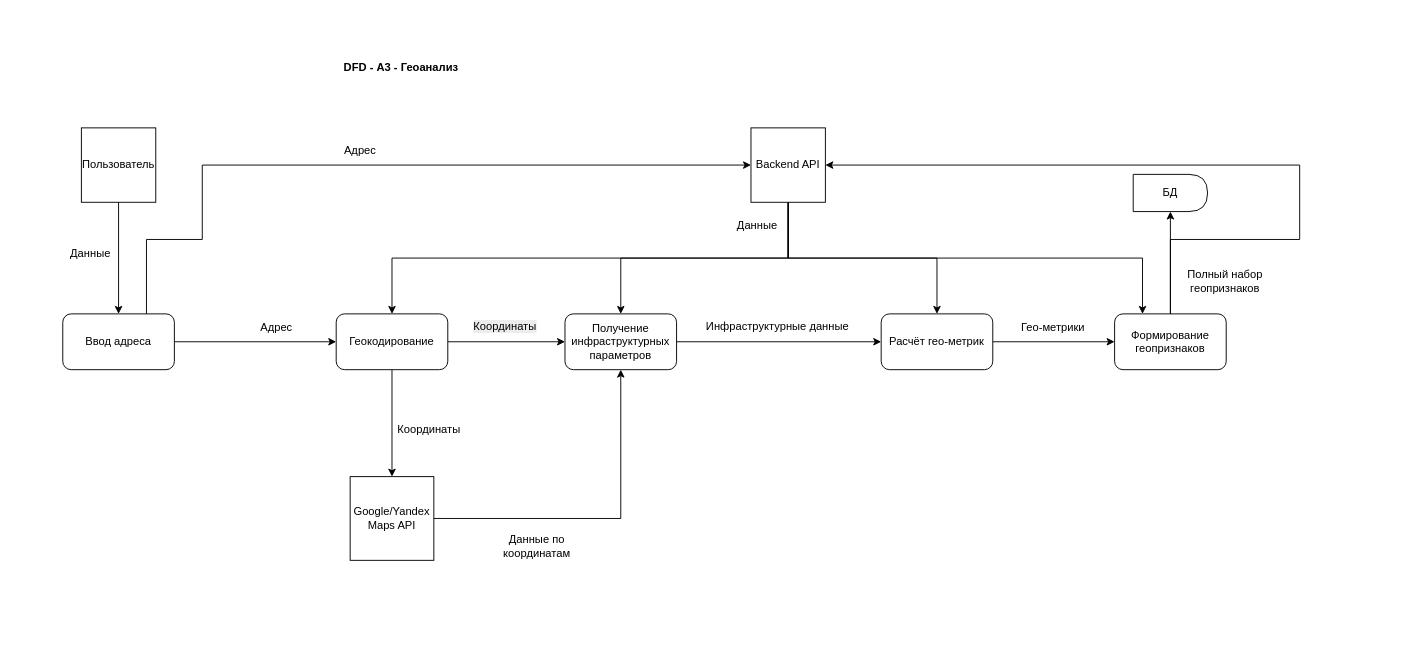
Before: src/diagrams/DFD/DFD_F3.drawio in HeadMaxResh/system-engineering-playbook, a draw.io diagram. Source tidied: cells renumbered, new cells numbered last; positions are measured from the earlier drawing's top-left corner, leaving out a move shared by most shapes. Both pictures are drawn from the tidied source at 93%, with x=0, y=0 at pixel (62, 53).
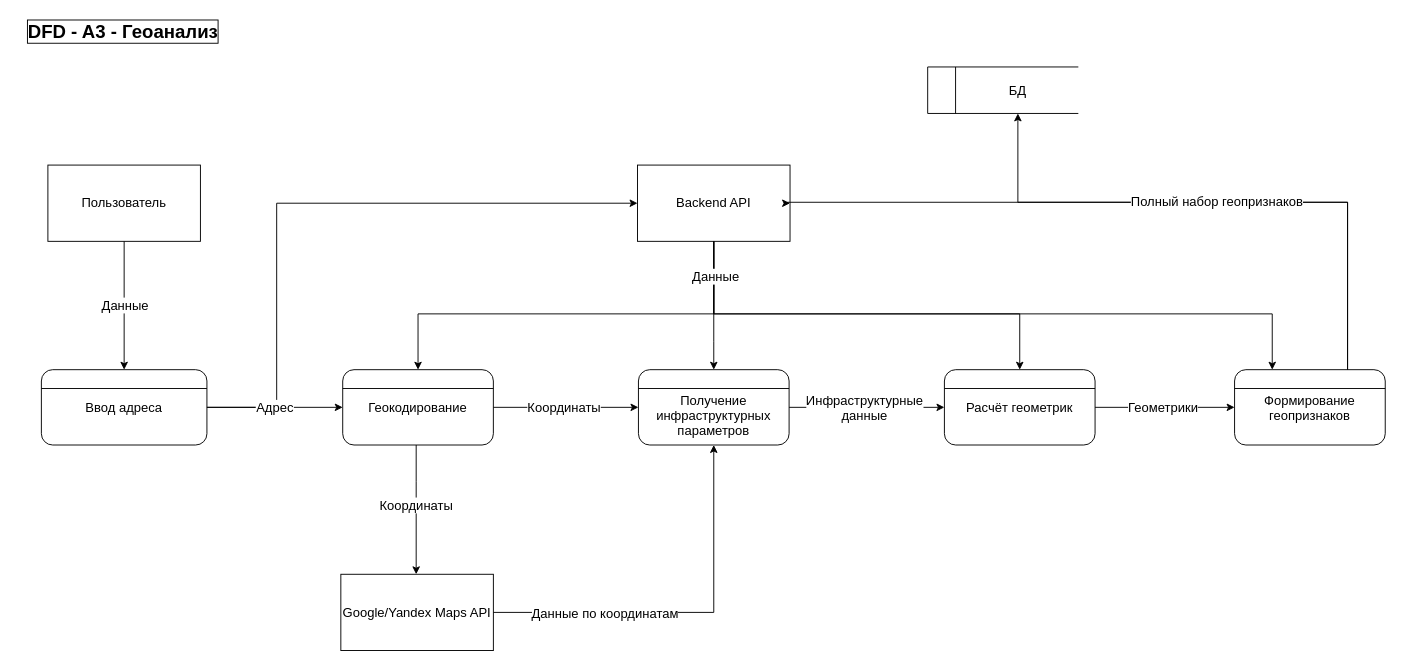
After the change.

The edit, as a diff of the source:
```diff
@@
+    <mxCell id="5" style="edgeStyle=orthogonalEdgeStyle;rounded=0;jettySize=auto;html=1;entryX=0;entryY=0.5;entryDx=0;entryDy=0;" parent="1" edge="1" source="6" target="19">
+      <mxGeometry relative="1" as="geometry">
+        <Array as="points">
+          <mxPoint x="230" y="381" />
+          <mxPoint x="230" y="161" />
+        </Array>
+      </mxGeometry>
+    </mxCell>
+    <mxCell id="4" style="edgeStyle=orthogonalEdgeStyle;rounded=0;jettySize=auto;html=1;exitX=1;exitY=0.5;exitDx=0;exitDy=0;entryX=0;entryY=0.5;entryDx=0;entryDy=0;fontSize=14;" parent="1" edge="1" source="6" target="11">
+      <mxGeometry relative="1" as="geometry" />
+    </mxCell>
+    <mxCell id="36" value="Адрес" style="edgeLabel;html=1;align=center;verticalAlign=middle;fontSize=14;" parent="4" vertex="1">
+      <mxGeometry x="-0.22" relative="1" as="geometry">
+        <mxPoint x="15" as="offset" />
+      </mxGeometry>
+    </mxCell>
+    <mxCell id="6" value="&lt;font style=&quot;font-size: 14px;&quot;&gt;Ввод адреса&lt;/font&gt;" style="rounded=1;whiteSpace=wrap;html=1;fillColor=none;fontSize=14;" parent="1" vertex="1">
+      <mxGeometry x="-23" y="340" width="178" height="81" as="geometry" />
+    </mxCell>
+    <mxCell id="9" style="edgeStyle=orthogonalEdgeStyle;rounded=0;jettySize=auto;html=1;" parent="1" edge="1" source="11" target="14">
+      <mxGeometry relative="1" as="geometry">
+        <Array as="points">
+          <mxPoint x="380" y="460" />
+          <mxPoint x="380" y="460" />
+        </Array>
+      </mxGeometry>
+    </mxCell>
+    <mxCell id="37" value="&lt;font style=&quot;font-size: 14px;&quot;&gt;Координаты&lt;/font&gt;" style="edgeLabel;html=1;align=center;verticalAlign=middle;" parent="9" vertex="1">
+      <mxGeometry x="-0.08" y="-1" relative="1" as="geometry" />
+    </mxCell>
+    <mxCell id="10" style="edgeStyle=orthogonalEdgeStyle;rounded=0;jettySize=auto;html=1;" parent="1" edge="1" source="11" target="22">
+      <mxGeometry relative="1" as="geometry" />
+    </mxCell>
+    <mxCell id="38" value="&lt;font style=&quot;font-size: 14px;&quot;&gt;Координаты&lt;/font&gt;" style="edgeLabel;html=1;align=center;verticalAlign=middle;" parent="10" vertex="1">
+      <mxGeometry x="-0.06" y="-1" relative="1" as="geometry">
+        <mxPoint x="2" y="-1" as="offset" />
+      </mxGeometry>
+    </mxCell>
+    <mxCell id="11" value="Геокодирование" style="rounded=1;whiteSpace=wrap;html=1;fillColor=none;fontSize=14;" parent="1" vertex="1">
+      <mxGeometry x="301" y="340" width="162" height="81" as="geometry" />
+    </mxCell>
+    <mxCell id="39" style="edgeStyle=orthogonalEdgeStyle;rounded=0;jettySize=auto;html=1;" parent="1" edge="1" source="41" target="31">
+      <mxGeometry relative="1" as="geometry" />
+    </mxCell>
+    <mxCell id="40" value="&lt;font style=&quot;font-size: 14px;&quot;&gt;Геометрики&lt;/font&gt;" style="edgeLabel;html=1;align=center;verticalAlign=middle;" parent="39" vertex="1">
+      <mxGeometry x="-0.15" y="-2" relative="1" as="geometry">
+        <mxPoint x="8" y="-2" as="offset" />
+      </mxGeometry>
+    </mxCell>
+    <mxCell id="41" value="Расчёт геометрик" style="rounded=1;whiteSpace=wrap;html=1;fillColor=none;fontSize=14;" parent="1" vertex="1">
+      <mxGeometry x="948" y="340" width="162" height="81" as="geometry" />
+    </mxCell>
-    <mxCell id="2" value="&lt;b&gt;DFD -&amp;nbsp;A3 - Геоанализ&lt;/b&gt;" style="text;html=1;whiteSpace=wrap;strokeColor=none;fillColor=none;align=center;verticalAlign=middle;rounded=0;" parent="1" vertex="1">
-      <mxGeometry x="294" width="140" height="30" as="geometry" />
+    <mxCell id="2" value="DFD - A3 - Геоанализ" style="text;html=1;strokeColor=none;fillColor=none;align=center;verticalAlign=middle;whiteSpace=wrap;rounded=0;fontSize=20;fontStyle=1;labelBackgroundColor=none;labelBorderColor=default;spacingTop=1;" parent="1" vertex="1">
+      <mxGeometry x="-50" y="-40" width="230" height="30" as="geometry" />
     </mxCell>
+    <mxCell id="42" style="endArrow=none;html=1;rounded=0;fontSize=14;" parent="1" edge="1">
+      <mxGeometry relative="1" as="geometry">
+        <mxPoint x="930" y="64.5" as="sourcePoint" />
+        <mxPoint x="930" y="14.5" as="targetPoint" />
+      </mxGeometry>
+    </mxCell>
+    <mxCell id="43" style="endArrow=none;html=1;rounded=0;entryX=1;entryY=1;entryDx=0;entryDy=0;fontSize=14;" parent="1" edge="1" target="34">
+      <mxGeometry relative="1" as="geometry">
+        <mxPoint x="930" y="64.5" as="sourcePoint" />
+      </mxGeometry>
+    </mxCell>
+    <mxCell id="44" style="endArrow=none;html=1;rounded=0;fontSize=14;" parent="1" edge="1">
+      <mxGeometry relative="1" as="geometry">
+        <mxPoint x="930" y="14.5" as="sourcePoint" />
+        <mxPoint x="1092" y="14.5" as="targetPoint" />
+      </mxGeometry>
+    </mxCell>
+    <mxCell id="34" value="БД" style="text;html=1;strokeColor=none;fillColor=none;align=center;verticalAlign=middle;whiteSpace=wrap;rounded=0;fontSize=14;" parent="1" vertex="1">
+      <mxGeometry x="962" y="14.5" width="130" height="50" as="geometry" />
+    </mxCell>
+    <mxCell id="45" style="endArrow=none;html=1;rounded=0;exitX=0;exitY=0.25;exitDx=0;exitDy=0;entryX=1;entryY=0.25;entryDx=0;entryDy=0;fontSize=14;" parent="1" edge="1" source="6" target="6">
+      <mxGeometry relative="1" as="geometry" />
+    </mxCell>
+    <mxCell id="46" style="endArrow=none;html=1;rounded=0;exitX=0;exitY=0.25;exitDx=0;exitDy=0;entryX=1;entryY=0.25;entryDx=0;entryDy=0;fontSize=14;" parent="1" edge="1" source="11" target="11">
+      <mxGeometry relative="1" as="geometry" />
+    </mxCell>
+    <mxCell id="47" style="endArrow=none;html=1;rounded=0;exitX=0;exitY=0.25;exitDx=0;exitDy=0;entryX=1;entryY=0.25;entryDx=0;entryDy=0;fontSize=14;" parent="1" edge="1" source="41" target="41">
+      <mxGeometry relative="1" as="geometry" />
+    </mxCell>
+    <mxCell id="7" style="edgeStyle=orthogonalEdgeStyle;rounded=0;jettySize=auto;html=1;entryX=0.5;entryY=0;entryDx=0;entryDy=0;exitX=0.5;exitY=1;exitDx=0;exitDy=0;fontSize=14;" parent="1" edge="1" source="3" target="6">
+      <mxGeometry relative="1" as="geometry">
+        <Array as="points">
+          <mxPoint x="66" y="279" />
+          <mxPoint x="66" y="279" />
+        </Array>
+      </mxGeometry>
+    </mxCell>
-    <mxCell id="3" value="Пользователь" style="whiteSpace=wrap;html=1;" parent="1" vertex="1">
-      <mxGeometry x="20" y="80" width="80" height="80" as="geometry" />
+    <mxCell id="3" value="Пользователь" style="rounded=0;whiteSpace=wrap;html=1;labelBackgroundColor=none;fillColor=none;fontSize=14;" parent="1" vertex="1">
+      <mxGeometry x="-16" y="120" width="164" height="82" as="geometry" />
     </mxCell>
-    <mxCell id="4" style="edgeStyle=orthogonalEdgeStyle;rounded=0;jettySize=auto;html=1;exitX=1;exitY=0.5;exitDx=0;exitDy=0;entryX=0;entryY=0.5;entryDx=0;entryDy=0;" parent="1" edge="1" source="6" target="11">
-      <mxGeometry relative="1" as="geometry" />
-    </mxCell>
-    <mxCell id="5" style="edgeStyle=orthogonalEdgeStyle;rounded=0;jettySize=auto;html=1;exitX=0.75;exitY=0;exitDx=0;exitDy=0;entryX=0;entryY=0.5;entryDx=0;entryDy=0;" parent="1" edge="1" source="6" target="19">
-      <mxGeometry relative="1" as="geometry">
-        <Array as="points">
-          <mxPoint x="90" y="200" />
-          <mxPoint x="150" y="200" />
-          <mxPoint x="150" y="120" />
-        </Array>
-      </mxGeometry>
-    </mxCell>
-    <mxCell id="6" value="Ввод адреса" style="rounded=1;whiteSpace=wrap;html=1;" parent="1" vertex="1">
-      <mxGeometry y="280" width="120" height="60" as="geometry" />
-    </mxCell>
-    <mxCell id="7" style="endArrow=classic;html=1;rounded=0;exitX=0.5;exitY=1;exitDx=0;exitDy=0;entryX=0.5;entryY=0;entryDx=0;entryDy=0;" parent="1" edge="1" source="3" target="6">
-      <mxGeometry relative="1" as="geometry" />
-    </mxCell>
-    <mxCell id="8" value="Данные" style="text;html=1;whiteSpace=wrap;strokeColor=none;fillColor=none;align=center;verticalAlign=middle;rounded=0;" parent="1" vertex="1">
-      <mxGeometry y="200" width="60" height="30" as="geometry" />
-    </mxCell>
-    <mxCell id="9" style="edgeStyle=orthogonalEdgeStyle;rounded=0;jettySize=auto;html=1;exitX=0.5;exitY=1;exitDx=0;exitDy=0;entryX=0.5;entryY=0;entryDx=0;entryDy=0;" parent="1" edge="1" source="11" target="14">
-      <mxGeometry relative="1" as="geometry" />
-    </mxCell>
-    <mxCell id="10" style="edgeStyle=orthogonalEdgeStyle;rounded=0;jettySize=auto;html=1;exitX=1;exitY=0.5;exitDx=0;exitDy=0;entryX=0;entryY=0.5;entryDx=0;entryDy=0;" parent="1" edge="1" source="11" target="22">
-      <mxGeometry relative="1" as="geometry" />
-    </mxCell>
-    <mxCell id="11" value="Геокодирование" style="rounded=1;whiteSpace=wrap;html=1;" parent="1" vertex="1">
-      <mxGeometry x="294" y="280" width="120" height="60" as="geometry" />
-    </mxCell>
-    <mxCell id="12" value="Адрес" style="text;html=1;whiteSpace=wrap;strokeColor=none;fillColor=none;align=center;verticalAlign=middle;rounded=0;" parent="1" vertex="1">
-      <mxGeometry x="200" y="280" width="60" height="30" as="geometry" />
-    </mxCell>
-    <mxCell id="13" style="edgeStyle=orthogonalEdgeStyle;rounded=0;jettySize=auto;html=1;exitX=1;exitY=0.5;exitDx=0;exitDy=0;entryX=0.5;entryY=1;entryDx=0;entryDy=0;" parent="1" edge="1" source="14" target="22">
-      <mxGeometry relative="1" as="geometry" />
-    </mxCell>
-    <mxCell id="14" value="Google/Yandex Maps API" style="whiteSpace=wrap;html=1;" parent="1" vertex="1">
-      <mxGeometry x="309" y="455" width="90" height="90" as="geometry" />
-    </mxCell>
+    <mxCell id="48" value="Данные" style="edgeLabel;html=1;align=center;verticalAlign=middle;fontSize=14;" parent="1" vertex="1">
+      <mxGeometry x="66" y="270" as="geometry" />
+    </mxCell>
+    <mxCell id="49" style="endArrow=none;html=1;rounded=0;fontSize=14;" parent="1" edge="1">
+      <mxGeometry relative="1" as="geometry">
+        <mxPoint x="960" y="64.5" as="sourcePoint" />
+        <mxPoint x="960" y="14.5" as="targetPoint" />
+      </mxGeometry>
+    </mxCell>
-    <mxCell id="15" style="edgeStyle=orthogonalEdgeStyle;rounded=0;jettySize=auto;html=1;exitX=0.5;exitY=1;exitDx=0;exitDy=0;entryX=0.5;entryY=0;entryDx=0;entryDy=0;" parent="1" edge="1" source="19" target="11">
-      <mxGeometry relative="1" as="geometry" />
+    <mxCell id="15" style="edgeStyle=orthogonalEdgeStyle;rounded=0;jettySize=auto;html=1;entryX=0.5;entryY=0;entryDx=0;entryDy=0;" parent="1" edge="1" source="19" target="11">
+      <mxGeometry relative="1" as="geometry">
+        <Array as="points">
+          <mxPoint x="700" y="280" />
+          <mxPoint x="382" y="280" />
+        </Array>
+      </mxGeometry>
     </mxCell>
-    <mxCell id="16" style="edgeStyle=orthogonalEdgeStyle;rounded=0;jettySize=auto;html=1;entryX=0.5;entryY=0;entryDx=0;entryDy=0;" parent="1" edge="1" source="19" target="22">
+    <mxCell id="16" style="edgeStyle=orthogonalEdgeStyle;rounded=0;jettySize=auto;html=1;" parent="1" edge="1" source="19" target="22">
       <mxGeometry relative="1" as="geometry">
         <Array as="points">
-          <mxPoint x="780" y="220" />
-          <mxPoint x="600" y="220" />
+          <mxPoint x="700" y="310" />
+          <mxPoint x="700" y="310" />
         </Array>
       </mxGeometry>
     </mxCell>
-    <mxCell id="17" style="edgeStyle=orthogonalEdgeStyle;rounded=0;jettySize=auto;html=1;entryX=0.5;entryY=0;entryDx=0;entryDy=0;" parent="1" edge="1" source="19" target="27">
-      <mxGeometry relative="1" as="geometry">
-        <Array as="points">
-          <mxPoint x="780" y="220" />
-          <mxPoint x="940" y="220" />
-        </Array>
-      </mxGeometry>
-    </mxCell>
+    <mxCell id="50" style="edgeStyle=orthogonalEdgeStyle;rounded=0;jettySize=auto;html=1;" parent="1" edge="1" source="19" target="41">
+      <mxGeometry relative="1" as="geometry">
+        <Array as="points">
+          <mxPoint x="700" y="280" />
+          <mxPoint x="1029" y="280" />
+        </Array>
+      </mxGeometry>
+    </mxCell>
     <mxCell id="18" style="edgeStyle=orthogonalEdgeStyle;rounded=0;jettySize=auto;html=1;entryX=0.25;entryY=0;entryDx=0;entryDy=0;" parent="1" edge="1" source="19" target="31">
       <mxGeometry relative="1" as="geometry">
         <Array as="points">
-          <mxPoint x="780" y="220" />
-          <mxPoint x="1161" y="220" />
+          <mxPoint x="700" y="280" />
+          <mxPoint x="1301" y="280" />
         </Array>
       </mxGeometry>
     </mxCell>
+    <mxCell id="51" value="&lt;font style=&quot;font-size: 14px;&quot;&gt;Данные&lt;/font&gt;" style="edgeLabel;html=1;align=center;verticalAlign=middle;" parent="18" vertex="1">
+      <mxGeometry x="-0.9" y="1" relative="1" as="geometry" />
+    </mxCell>
-    <mxCell id="19" value="Backend API" style="whiteSpace=wrap;html=1;" parent="1" vertex="1">
-      <mxGeometry x="740" y="80" width="80" height="80" as="geometry" />
+    <mxCell id="19" value="Backend API" style="rounded=0;whiteSpace=wrap;html=1;labelBackgroundColor=none;fillColor=none;fontSize=14;" parent="1" vertex="1">
+      <mxGeometry x="618" y="120" width="164" height="82" as="geometry" />
     </mxCell>
-    <mxCell id="20" value="Координаты" style="text;html=1;whiteSpace=wrap;strokeColor=none;fillColor=none;align=center;verticalAlign=middle;rounded=0;" parent="1" vertex="1">
-      <mxGeometry x="364" y="390" width="60" height="30" as="geometry" />
-    </mxCell>
-    <mxCell id="21" style="edgeStyle=orthogonalEdgeStyle;rounded=0;jettySize=auto;html=1;exitX=1;exitY=0.5;exitDx=0;exitDy=0;" parent="1" edge="1" source="22" target="27">
-      <mxGeometry relative="1" as="geometry" />
-    </mxCell>
+    <mxCell id="52" style="edgeStyle=orthogonalEdgeStyle;rounded=0;jettySize=auto;html=1;" parent="1" edge="1" source="22" target="41">
+      <mxGeometry relative="1" as="geometry" />
+    </mxCell>
+    <mxCell id="28" value="&lt;font style=&quot;font-size: 14px;&quot;&gt;Инфраструктурные&lt;/font&gt;&lt;div&gt;&lt;font style=&quot;font-size: 14px;&quot;&gt;данные&lt;/font&gt;&lt;/div&gt;" style="edgeLabel;html=1;align=center;verticalAlign=middle;" parent="52" vertex="1">
+      <mxGeometry x="-0.01" relative="1" as="geometry">
+        <mxPoint x="-3" as="offset" />
+      </mxGeometry>
+    </mxCell>
-    <mxCell id="22" value="Получение инфраструктурных параметров" style="rounded=1;whiteSpace=wrap;html=1;" parent="1" vertex="1">
-      <mxGeometry x="540" y="280" width="120" height="60" as="geometry" />
+    <mxCell id="22" value="&lt;div&gt;&lt;br&gt;&lt;/div&gt;Получение инфраструктурных параметров" style="rounded=1;whiteSpace=wrap;html=1;fillColor=none;fontSize=14;" parent="1" vertex="1">
+      <mxGeometry x="619" y="340" width="162" height="81" as="geometry" />
     </mxCell>
-    <mxCell id="23" value="Адрес" style="text;html=1;whiteSpace=wrap;strokeColor=none;fillColor=none;align=center;verticalAlign=middle;rounded=0;" parent="1" vertex="1">
-      <mxGeometry x="290" y="90" width="60" height="30" as="geometry" />
-    </mxCell>
-    <mxCell id="24" value="&lt;span style=&quot;color: rgb(0, 0, 0); font-family: Helvetica; font-size: 12px; font-style: normal; font-variant-ligatures: normal; font-variant-caps: normal; font-weight: 400; letter-spacing: normal; orphans: 2; text-align: center; text-indent: 0px; text-transform: none; widows: 2; word-spacing: 0px; -webkit-text-stroke-width: 0px; white-space: normal; background-color: rgb(236, 236, 236); text-decoration-thickness: initial; text-decoration-style: initial; text-decoration-color: initial; display: inline !important; float: none;&quot;&gt;Координаты&lt;/span&gt;" style="text;whiteSpace=wrap;html=1;" parent="1" vertex="1">
-      <mxGeometry x="440" y="280" width="100" height="40" as="geometry" />
-    </mxCell>
+    <mxCell id="53" style="endArrow=none;html=1;rounded=0;exitX=0;exitY=0.25;exitDx=0;exitDy=0;entryX=1;entryY=0.25;entryDx=0;entryDy=0;fontSize=14;" parent="1" edge="1" source="22" target="22">
+      <mxGeometry relative="1" as="geometry" />
+    </mxCell>
+    <mxCell id="13" style="edgeStyle=orthogonalEdgeStyle;rounded=0;jettySize=auto;html=1;" parent="1" edge="1" source="14" target="22">
+      <mxGeometry relative="1" as="geometry">
+        <Array as="points">
+          <mxPoint x="700" y="601" />
+        </Array>
+      </mxGeometry>
+    </mxCell>
-    <mxCell id="25" value="Данные по координатам" style="text;html=1;whiteSpace=wrap;strokeColor=none;fillColor=none;align=center;verticalAlign=middle;rounded=0;" parent="1" vertex="1">
-      <mxGeometry x="460" y="515" width="100" height="30" as="geometry" />
+    <mxCell id="25" value="&lt;font style=&quot;font-size: 14px;&quot;&gt;Данные по координатам&lt;/font&gt;" style="edgeLabel;html=1;align=center;verticalAlign=middle;" parent="13" vertex="1">
+      <mxGeometry x="-0.43" y="-2" relative="1" as="geometry">
+        <mxPoint y="-2" as="offset" />
+      </mxGeometry>
     </mxCell>
-    <mxCell id="26" style="edgeStyle=orthogonalEdgeStyle;rounded=0;jettySize=auto;html=1;exitX=1;exitY=0.5;exitDx=0;exitDy=0;entryX=0;entryY=0.5;entryDx=0;entryDy=0;" parent="1" edge="1" source="27" target="31">
-      <mxGeometry relative="1" as="geometry" />
-    </mxCell>
-    <mxCell id="27" value="Расчёт гео-метрик" style="rounded=1;whiteSpace=wrap;html=1;" parent="1" vertex="1">
-      <mxGeometry x="880" y="280" width="120" height="60" as="geometry" />
-    </mxCell>
-    <mxCell id="28" value="Инфраструктурные данные" style="text;whiteSpace=wrap;" parent="1" vertex="1">
-      <mxGeometry x="690" y="280" width="190" height="40" as="geometry" />
-    </mxCell>
+    <mxCell id="14" value="Google/Yandex Maps API" style="rounded=0;whiteSpace=wrap;html=1;labelBackgroundColor=none;fillColor=none;fontSize=14;" parent="1" vertex="1">
+      <mxGeometry x="299" y="560" width="164" height="82" as="geometry" />
+    </mxCell>
+    <mxCell id="30" style="edgeStyle=orthogonalEdgeStyle;rounded=0;jettySize=auto;html=1;exitX=0.75;exitY=0;exitDx=0;exitDy=0;entryX=1;entryY=0.5;entryDx=0;entryDy=0;" parent="1" edge="1" source="31" target="19">
+      <mxGeometry relative="1" as="geometry">
+        <Array as="points">
+          <mxPoint x="1382" y="160" />
+          <mxPoint x="779" y="160" />
+        </Array>
+      </mxGeometry>
+    </mxCell>
-    <mxCell id="29" style="edgeStyle=orthogonalEdgeStyle;rounded=0;jettySize=auto;html=1;exitX=0.5;exitY=0;exitDx=0;exitDy=0;entryX=0.5;entryY=1;entryDx=0;entryDy=0;" parent="1" edge="1" source="31" target="34">
-      <mxGeometry relative="1" as="geometry" />
+    <mxCell id="29" style="edgeStyle=orthogonalEdgeStyle;rounded=0;jettySize=auto;html=1;exitX=0.75;exitY=0;exitDx=0;exitDy=0;entryX=0.5;entryY=1;entryDx=0;entryDy=0;" parent="1" edge="1" source="31" target="34">
+      <mxGeometry relative="1" as="geometry">
+        <Array as="points">
+          <mxPoint x="1382" y="160" />
+          <mxPoint x="1027" y="160" />
+        </Array>
+      </mxGeometry>
     </mxCell>
-    <mxCell id="30" style="edgeStyle=orthogonalEdgeStyle;rounded=0;jettySize=auto;html=1;entryX=1;entryY=0.5;entryDx=0;entryDy=0;" parent="1" edge="1" source="31" target="19">
-      <mxGeometry relative="1" as="geometry">
-        <Array as="points">
-          <mxPoint x="1191" y="200" />
-          <mxPoint x="1330" y="200" />
-          <mxPoint x="1330" y="120" />
-        </Array>
-      </mxGeometry>
-    </mxCell>
+    <mxCell id="35" value="&lt;font style=&quot;font-size: 14px;&quot;&gt;Полный набор геопризнаков&lt;/font&gt;" style="edgeLabel;html=1;align=center;verticalAlign=middle;" parent="29" vertex="1">
+      <mxGeometry x="0.02" y="-2" relative="1" as="geometry" />
+    </mxCell>
-    <mxCell id="31" value="Формирование геопризнаков" style="rounded=1;whiteSpace=wrap;html=1;" parent="1" vertex="1">
-      <mxGeometry x="1131" y="280" width="120" height="60" as="geometry" />
+    <mxCell id="31" value="Формирование геопризнаков" style="rounded=1;whiteSpace=wrap;html=1;fillColor=none;fontSize=14;" parent="1" vertex="1">
+      <mxGeometry x="1260" y="340" width="162" height="81" as="geometry" />
     </mxCell>
-    <mxCell id="32" value="Гео-метрики" style="text;html=1;whiteSpace=wrap;strokeColor=none;fillColor=none;align=center;verticalAlign=middle;rounded=0;" parent="1" vertex="1">
-      <mxGeometry x="1020" y="280" width="90" height="30" as="geometry" />
-    </mxCell>
-    <mxCell id="33" value="Данные" style="text;html=1;whiteSpace=wrap;strokeColor=none;fillColor=none;align=center;verticalAlign=middle;rounded=0;" parent="1" vertex="1">
-      <mxGeometry x="717" y="170" width="60" height="30" as="geometry" />
-    </mxCell>
-    <mxCell id="34" value="БД" style="shape=delay;whiteSpace=wrap;html=1;" parent="1" vertex="1">
-      <mxGeometry x="1151" y="130" width="80" height="40" as="geometry" />
-    </mxCell>
-    <mxCell id="35" value="Полный набор геопризнаков" style="text;html=1;whiteSpace=wrap;strokeColor=none;fillColor=none;align=center;verticalAlign=middle;rounded=0;" parent="1" vertex="1">
-      <mxGeometry x="1200" y="230" width="100" height="30" as="geometry" />
-    </mxCell>
+    <mxCell id="54" style="endArrow=none;html=1;rounded=0;exitX=0;exitY=0.25;exitDx=0;exitDy=0;entryX=1;entryY=0.25;entryDx=0;entryDy=0;fontSize=14;" parent="1" edge="1" source="31" target="31">
+      <mxGeometry relative="1" as="geometry" />
+    </mxCell>
```
